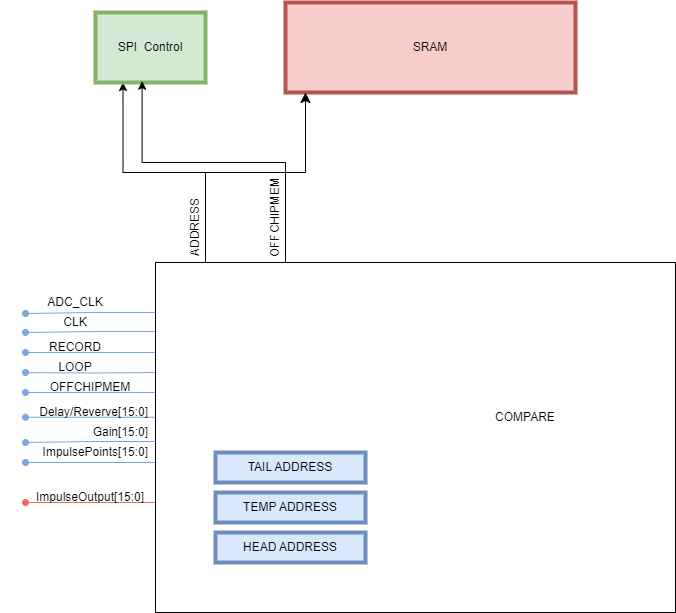
Before: docs/images/MemoryController.drawio.png, a diagram exported from draw.io (sdmay24-21/ASIC-GuitarPedal). Source tidied: cells renumbered, new cells last; positions are measured from the earlier drawing's top-left corner, leaving out a move shared by most shapes.
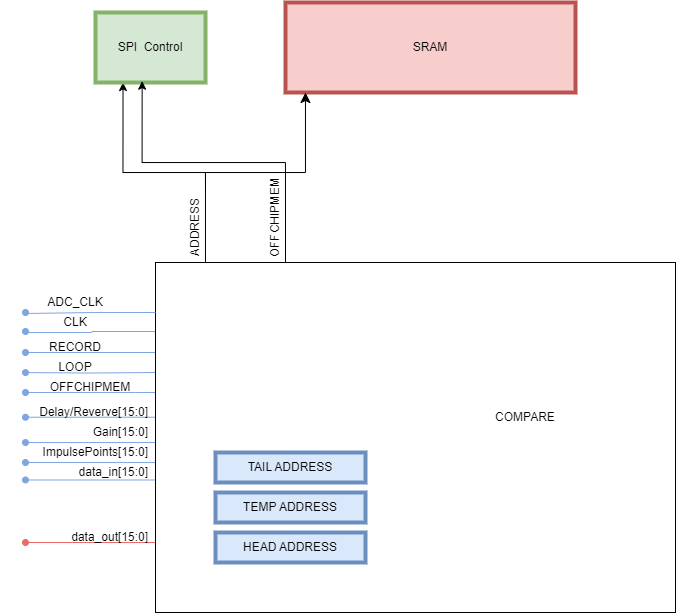
Above is the later version.

Commit message:
Added compression and updated memory controller

What changed in the source:
```diff
@@ -2,6 +2,35 @@
   <root>
     <mxCell id="0" />
     <mxCell id="1" parent="0" />
+    <mxCell id="6" style="edgeStyle=orthogonalEdgeStyle;rounded=0;jettySize=auto;html=1;exitX=0;exitY=0.5;exitDx=0;exitDy=0;endArrow=oval;endFill=1;strokeColor=#7EA6E0;" parent="1" edge="1" source="10">
+      <mxGeometry relative="1" as="geometry">
+        <mxPoint x="25" y="460" as="targetPoint" />
+        <Array as="points">
+          <mxPoint x="155" y="460" />
+          <mxPoint x="25" y="460" />
+        </Array>
+      </mxGeometry>
+    </mxCell>
+    <mxCell id="32" style="edgeStyle=orthogonalEdgeStyle;rounded=0;orthogonalLoop=1;jettySize=auto;html=1;exitX=0;exitY=0.5;exitDx=0;exitDy=0;endArrow=oval;endFill=1;strokeColor=#7EA6E0;" parent="1" edge="1">
+      <mxGeometry relative="1" as="geometry">
+        <mxPoint x="155" y="452.5" as="sourcePoint" />
+        <mxPoint x="25" y="477.5" as="targetPoint" />
+        <Array as="points">
+          <mxPoint x="155" y="477.5" />
+          <mxPoint x="25" y="477.5" />
+        </Array>
+      </mxGeometry>
+    </mxCell>
+    <mxCell id="33" style="edgeStyle=orthogonalEdgeStyle;rounded=0;orthogonalLoop=1;jettySize=auto;html=1;exitX=0;exitY=0.5;exitDx=0;exitDy=0;endArrow=oval;endFill=1;strokeColor=#7EA6E0;" parent="1" edge="1">
+      <mxGeometry relative="1" as="geometry">
+        <mxPoint x="155" y="415" as="sourcePoint" />
+        <mxPoint x="25" y="440" as="targetPoint" />
+        <Array as="points">
+          <mxPoint x="155" y="440" />
+          <mxPoint x="25" y="440" />
+        </Array>
+      </mxGeometry>
+    </mxCell>
     <mxCell id="2" style="edgeStyle=orthogonalEdgeStyle;rounded=0;jettySize=auto;html=1;exitX=0.25;exitY=0;exitDx=0;exitDy=0;entryX=0.25;entryY=1;entryDx=0;entryDy=0;" parent="1" edge="1" source="10" target="14">
       <mxGeometry relative="1" as="geometry">
         <Array as="points">
@@ -33,21 +62,12 @@
         <mxPoint x="25" y="414.7" as="targetPoint" />
       </mxGeometry>
     </mxCell>
-    <mxCell id="6" style="edgeStyle=orthogonalEdgeStyle;rounded=0;jettySize=auto;html=1;exitX=0;exitY=0.5;exitDx=0;exitDy=0;endArrow=oval;endFill=1;strokeColor=#7EA6E0;" parent="1" edge="1" source="10">
-      <mxGeometry relative="1" as="geometry">
-        <mxPoint x="25" y="460" as="targetPoint" />
-        <Array as="points">
-          <mxPoint x="155" y="460" />
-          <mxPoint x="25" y="460" />
-        </Array>
-      </mxGeometry>
-    </mxCell>
-    <mxCell id="7" style="edgeStyle=orthogonalEdgeStyle;rounded=0;jettySize=auto;html=1;exitX=0;exitY=0.75;exitDx=0;exitDy=0;endArrow=oval;endFill=1;strokeColor=#EA6B66;" parent="1" edge="1" source="10">
+    <mxCell id="7" style="edgeStyle=orthogonalEdgeStyle;rounded=0;orthogonalLoop=1;jettySize=auto;html=1;exitX=0;exitY=0.75;exitDx=0;exitDy=0;endArrow=oval;endFill=1;strokeColor=#EA6B66;" parent="1" edge="1">
       <mxGeometry relative="1" as="geometry">
-        <mxPoint x="25" y="500" as="targetPoint" />
+        <mxPoint x="155" y="562.5" as="sourcePoint" />
+        <mxPoint x="25" y="540" as="targetPoint" />
         <Array as="points">
-          <mxPoint x="35" y="500" />
-          <mxPoint x="35" y="500" />
+          <mxPoint x="155" y="540" />
         </Array>
       </mxGeometry>
     </mxCell>
@@ -123,8 +143,8 @@
         </Array>
       </mxGeometry>
     </mxCell>
-    <mxCell id="25" value="ImpulseOutput[15:0]" style="text;html=1;strokeColor=none;fillColor=none;align=center;verticalAlign=middle;whiteSpace=wrap;rounded=0;" parent="1" vertex="1">
-      <mxGeometry x="60" y="480" width="60" height="30" as="geometry" />
+    <mxCell id="25" value="data_out[15:0]" style="text;html=1;strokeColor=none;fillColor=none;align=right;verticalAlign=middle;whiteSpace=wrap;rounded=0;" parent="1" vertex="1">
+      <mxGeometry x="60" y="520" width="90" height="30" as="geometry" />
     </mxCell>
     <mxCell id="26" value="RECORD" style="text;html=1;strokeColor=none;fillColor=none;align=center;verticalAlign=middle;whiteSpace=wrap;rounded=0;" parent="1" vertex="1">
       <mxGeometry x="45" y="330" width="60" height="30" as="geometry" />
@@ -132,16 +152,6 @@
     <mxCell id="27" value="Gain[15:0]" style="text;html=1;strokeColor=none;fillColor=none;align=right;verticalAlign=middle;whiteSpace=wrap;rounded=0;" parent="1" vertex="1">
       <mxGeometry x="90" y="420" width="60" height="20" as="geometry" />
     </mxCell>
-    <mxCell id="28" style="edgeStyle=orthogonalEdgeStyle;rounded=0;orthogonalLoop=1;jettySize=auto;html=1;endArrow=oval;endFill=1;strokeColor=#7EA6E0;" parent="1" edge="1">
-      <mxGeometry relative="1" as="geometry">
-        <mxPoint x="155" y="439" as="sourcePoint" />
-        <mxPoint x="25" y="439" as="targetPoint" />
-        <Array as="points">
-          <mxPoint x="91" y="439" />
-          <mxPoint x="25" y="440" />
-        </Array>
-      </mxGeometry>
-    </mxCell>
     <mxCell id="29" value="CLK" style="text;html=1;strokeColor=none;fillColor=none;align=center;verticalAlign=middle;whiteSpace=wrap;rounded=0;" parent="1" vertex="1">
       <mxGeometry x="45" y="310" width="60" height="20" as="geometry" />
     </mxCell>
@@ -158,5 +168,8 @@
     <mxCell id="31" value="ADC_CLK" style="text;html=1;strokeColor=none;fillColor=none;align=center;verticalAlign=middle;whiteSpace=wrap;rounded=0;" parent="1" vertex="1">
       <mxGeometry x="45" y="290" width="60" height="20" as="geometry" />
     </mxCell>
+    <mxCell id="34" value="data_in[15:0]" style="text;html=1;strokeColor=none;fillColor=none;align=right;verticalAlign=middle;whiteSpace=wrap;rounded=0;" parent="1" vertex="1">
+      <mxGeometry x="30" y="460" width="120" height="20" as="geometry" />
+    </mxCell>
   </root>
 </mxGraphModel>
```
